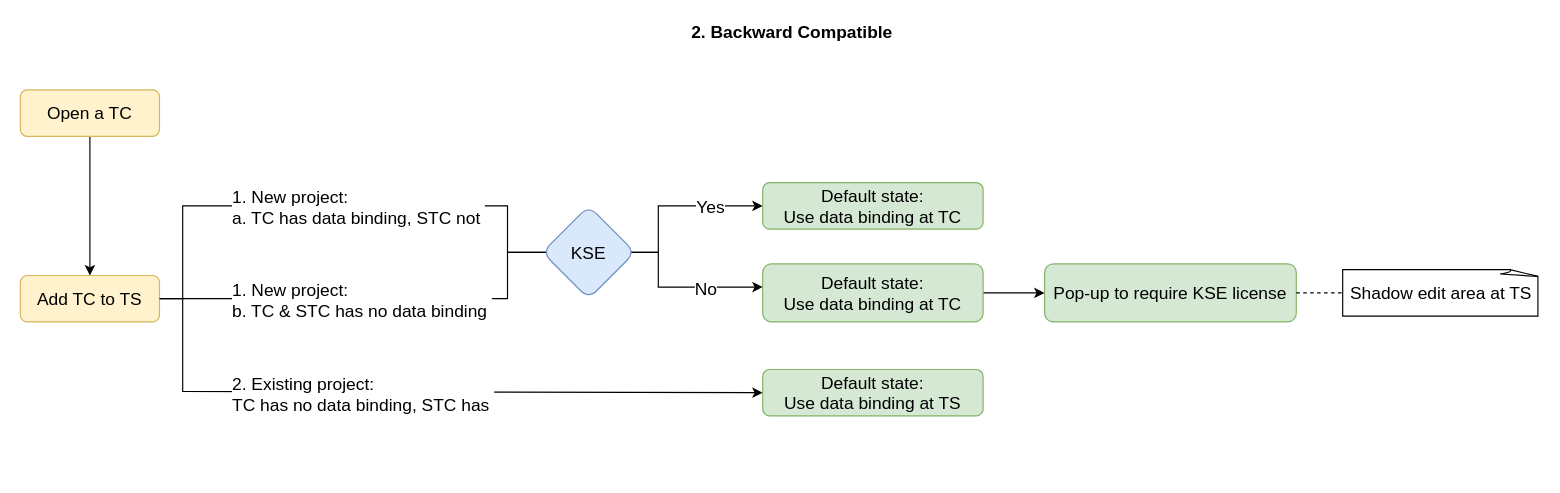
nhpthuy/chart keeps this draw.io diagram as page "backward-compatible" (2 of 2) of Untitled Diagram.drawio. Above is the earlier version. Source tidied: cells renumbered, new cells numbered last; positions are measured from the earlier drawing's top-left corner, leaving out a move shared by most shapes. Both pictures are drawn from the tidied source at 116%, with x=0, y=0 at pixel (20, 20).
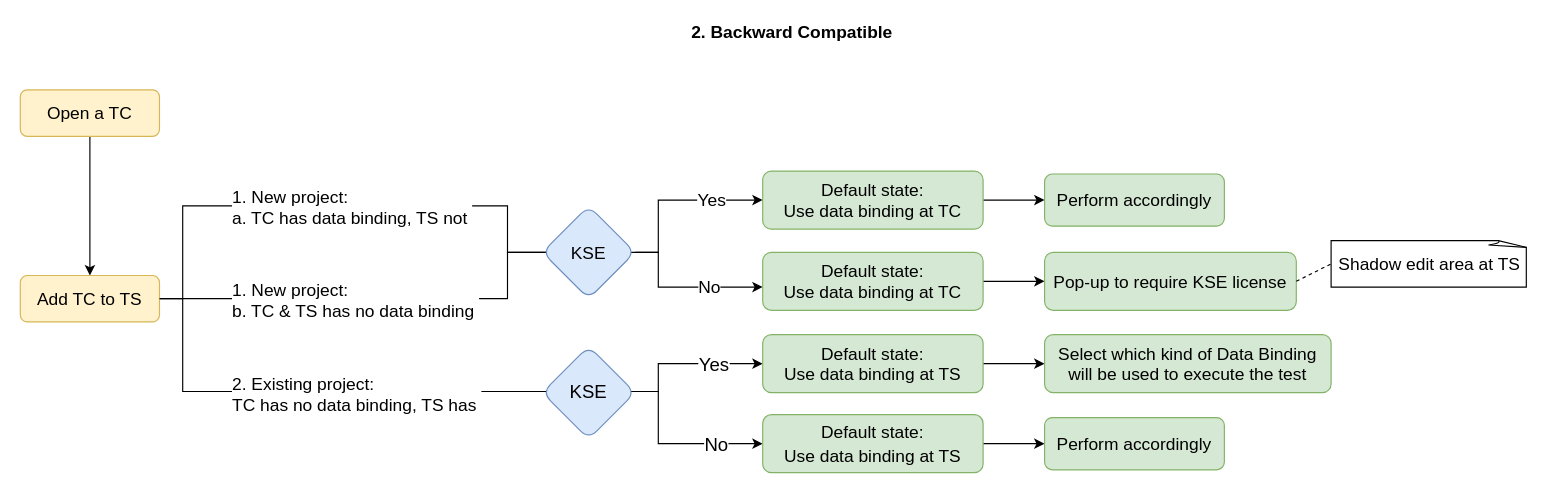
Above is the later version.

The change refers to these unchanged cells:
```xml
<mxCell id="11" style="edgeStyle=orthogonalEdgeStyle;rounded=0;orthogonalLoop=1;jettySize=auto;html=1;entryX=0;entryY=0.5;entryDx=0;entryDy=0;fontSize=15;" parent="1" edge="1">
  <mxGeometry relative="1" as="geometry">
    <mxPoint x="490" y="200" as="sourcePoint" />
    <mxPoint x="640" y="230" as="targetPoint" />
    <Array as="points">
      <mxPoint x="550" y="200" />
      <mxPoint x="550" y="230" />
    </Array>
  </mxGeometry>
</mxCell>
<mxCell id="22" value="KSE" style="rhombus;whiteSpace=wrap;html=1;fontSize=15;fillColor=#dae8fc;strokeColor=#6c8ebf;rounded=1;glass=0;strokeWidth=1;shadow=0;" parent="1" vertex="1">
  <mxGeometry x="450" y="160" width="80" height="80" as="geometry" />
</mxCell>
```

Change to the diagram source:
```diff
@@
-    <mxCell id="7" value="1. New project:&lt;br&gt;a. TC has data binding, STC not&amp;nbsp;" style="edgeLabel;html=1;align=left;verticalAlign=middle;fontSize=15;" parent="1" vertex="1">
+    <mxCell id="7" value="1. New project:&lt;br&gt;a. TC has data binding, TS not&amp;nbsp;" style="edgeLabel;html=1;align=left;verticalAlign=middle;fontSize=15;" parent="1" vertex="1">
       <mxGeometry x="181" y="160" as="geometry" />
     </mxCell>
     <mxCell id="8" style="edgeStyle=orthogonalEdgeStyle;rounded=0;jettySize=auto;html=1;fontSize=15;entryX=0;entryY=0.5;entryDx=0;entryDy=0;" parent="1" edge="1" target="9">
       <mxGeometry relative="1" as="geometry">
         <mxPoint x="140" y="240" as="sourcePoint" />
         <Array as="points">
           <mxPoint x="140" y="320" />
+          <mxPoint x="550" y="320" />
+          <mxPoint x="550" y="296" />
         </Array>
       </mxGeometry>
     </mxCell>
+    <mxCell id="24" value="Yes" style="edgeLabel;html=1;align=center;verticalAlign=middle;fontSize=16;" parent="8" vertex="1">
+      <mxGeometry x="0.8" y="-3" relative="1" as="geometry">
+        <mxPoint x="17" y="-3" as="offset" />
+      </mxGeometry>
+    </mxCell>
+    <mxCell id="25" style="edgeStyle=orthogonalEdgeStyle;rounded=0;jettySize=auto;html=1;fontSize=16;" parent="1" edge="1" source="9" target="34">
+      <mxGeometry relative="1" as="geometry" />
+    </mxCell>
     <mxCell id="9" value="Default state: &lt;br&gt;Use data binding at TS" style="rounded=1;whiteSpace=wrap;html=1;fontSize=15;glass=0;strokeWidth=1;shadow=0;fillColor=#d5e8d4;strokeColor=#82b366;" parent="1" vertex="1">
-      <mxGeometry x="640" y="301" width="190" height="40" as="geometry" />
+      <mxGeometry x="640" y="271" width="190" height="50" as="geometry" />
     </mxCell>
-    <mxCell id="10" value="2. Existing project:&lt;br&gt;TC has no data binding, STC has&amp;nbsp;" style="edgeLabel;html=1;align=left;verticalAlign=middle;fontSize=15;" parent="1" vertex="1">
+    <mxCell id="10" value="2. Existing project:&lt;br&gt;TC has no data binding, TS has&amp;nbsp;" style="edgeLabel;html=1;align=left;verticalAlign=middle;fontSize=15;" parent="1" vertex="1">
       <mxGeometry x="181" y="321" as="geometry" />
     </mxCell>
@@
     <mxCell id="12" value="No" style="edgeLabel;html=1;align=center;verticalAlign=middle;fontSize=15;" parent="11" vertex="1">
       <mxGeometry y="1" relative="1" as="geometry">
-        <mxPoint x="40" y="1" as="offset" />
+        <mxPoint x="43" as="offset" />
       </mxGeometry>
     </mxCell>
-    <mxCell id="13" style="edgeStyle=orthogonalEdgeStyle;rounded=0;orthogonalLoop=1;jettySize=auto;html=1;entryX=0;entryY=0.5;entryDx=0;entryDy=0;fontSize=15;" parent="1" edge="1">
+    <mxCell id="13" style="edgeStyle=orthogonalEdgeStyle;rounded=0;jettySize=auto;html=1;entryX=0;entryY=0.5;entryDx=0;entryDy=0;fontSize=15;" parent="1" edge="1" source="22" target="15">
       <mxGeometry relative="1" as="geometry">
-        <mxPoint x="490" y="200" as="sourcePoint" />
-        <mxPoint x="640" y="160" as="targetPoint" />
         <Array as="points">
           <mxPoint x="550" y="200" />
-          <mxPoint x="550" y="160" />
+          <mxPoint x="550" y="155" />
         </Array>
       </mxGeometry>
     </mxCell>
     <mxCell id="14" value="Yes" style="edgeLabel;html=1;align=center;verticalAlign=middle;fontSize=15;" parent="13" vertex="1">
       <mxGeometry x="0.49" relative="1" as="geometry">
-        <mxPoint x="2" as="offset" />
+        <mxPoint x="-5" y="-1" as="offset" />
       </mxGeometry>
     </mxCell>
+    <mxCell id="26" style="edgeStyle=orthogonalEdgeStyle;rounded=0;jettySize=auto;html=1;fontSize=16;" parent="1" edge="1" source="15" target="32">
+      <mxGeometry relative="1" as="geometry" />
+    </mxCell>
     <mxCell id="15" value="Default state: &lt;br&gt;Use data binding at TC" style="rounded=1;whiteSpace=wrap;html=1;fontSize=15;glass=0;strokeWidth=1;shadow=0;fillColor=#d5e8d4;strokeColor=#82b366;" parent="1" vertex="1">
-      <mxGeometry x="640" y="140" width="190" height="40" as="geometry" />
+      <mxGeometry x="640" y="130" width="190" height="50" as="geometry" />
     </mxCell>
@@
     <mxCell id="17" value="Default state: &lt;br&gt;Use data binding at TC" style="rounded=1;whiteSpace=wrap;html=1;fontSize=15;glass=0;strokeWidth=1;shadow=0;fillColor=#d5e8d4;strokeColor=#82b366;" parent="1" vertex="1">
-      <mxGeometry x="640" y="210" width="190" height="50" as="geometry" />
+      <mxGeometry x="640" y="200" width="190" height="50" as="geometry" />
     </mxCell>
     <mxCell id="18" value="Pop-up to require KSE license" style="rounded=1;whiteSpace=wrap;html=1;fontSize=15;glass=0;strokeWidth=1;shadow=0;fillColor=#d5e8d4;strokeColor=#82b366;" parent="1" vertex="1">
-      <mxGeometry x="883" y="210" width="217" height="50" as="geometry" />
+      <mxGeometry x="883" y="200" width="217" height="50" as="geometry" />
     </mxCell>
     <mxCell id="19" value="Shadow edit area at TS" style="whiteSpace=wrap;html=1;shape=mxgraph.basic.document;fontSize=15;" parent="1" vertex="1">
-      <mxGeometry x="1140" y="215" width="170" height="40" as="geometry" />
+      <mxGeometry x="1130" y="190" width="170" height="40" as="geometry" />
     </mxCell>
@@
-    <mxCell id="23" value="1. New project:&lt;br&gt;b. TC &amp;amp; STC has no data binding&amp;nbsp;" style="edgeLabel;html=1;align=left;verticalAlign=middle;fontSize=15;" parent="1" vertex="1">
+    <mxCell id="23" value="1. New project:&lt;br&gt;b. TC &amp;amp; TS has no data binding&amp;nbsp;" style="edgeLabel;html=1;align=left;verticalAlign=middle;fontSize=15;" parent="1" vertex="1">
       <mxGeometry x="181" y="240" as="geometry" />
     </mxCell>
+    <mxCell id="27" style="edgeStyle=orthogonalEdgeStyle;rounded=0;jettySize=auto;html=1;fontSize=16;entryX=0;entryY=0.5;entryDx=0;entryDy=0;" parent="1" edge="1" target="31">
+      <mxGeometry relative="1" as="geometry">
+        <mxPoint x="528" y="320" as="sourcePoint" />
+        <Array as="points">
+          <mxPoint x="550" y="320" />
+          <mxPoint x="550" y="365" />
+        </Array>
+      </mxGeometry>
+    </mxCell>
+    <mxCell id="28" value="No" style="edgeLabel;html=1;align=center;verticalAlign=middle;fontSize=16;" parent="27" vertex="1">
+      <mxGeometry x="0.37" y="2" relative="1" as="geometry">
+        <mxPoint x="8" y="2" as="offset" />
+      </mxGeometry>
+    </mxCell>
+    <mxCell id="29" value="&lt;font style=&quot;font-size: 16px&quot;&gt;KSE&lt;/font&gt;" style="rhombus;whiteSpace=wrap;html=1;fontSize=17;rounded=1;fillColor=#dae8fc;strokeColor=#6c8ebf;" parent="1" vertex="1">
+      <mxGeometry x="450" y="281" width="80" height="80" as="geometry" />
+    </mxCell>
+    <mxCell id="30" style="edgeStyle=orthogonalEdgeStyle;rounded=0;jettySize=auto;html=1;entryX=0;entryY=0.5;entryDx=0;entryDy=0;fontSize=16;" parent="1" edge="1" source="31" target="33">
+      <mxGeometry relative="1" as="geometry" />
+    </mxCell>
+    <mxCell id="31" value="&lt;span style=&quot;font-size: 15px&quot;&gt;Default state:&lt;/span&gt;&lt;br style=&quot;font-size: 15px&quot;&gt;&lt;span style=&quot;font-size: 15px&quot;&gt;Use data binding at TS&lt;/span&gt;" style="rounded=1;whiteSpace=wrap;html=1;fontSize=16;fillColor=#d5e8d4;strokeColor=#82b366;" parent="1" vertex="1">
+      <mxGeometry x="640" y="340" width="190" height="50" as="geometry" />
+    </mxCell>
+    <mxCell id="32" value="Perform accordingly" style="whiteSpace=wrap;html=1;fontSize=15;fillColor=#d5e8d4;strokeColor=#82b366;rounded=1;glass=0;strokeWidth=1;shadow=0;" parent="1" vertex="1">
+      <mxGeometry x="883" y="132.5" width="155" height="45" as="geometry" />
+    </mxCell>
+    <mxCell id="33" value="Perform accordingly" style="whiteSpace=wrap;html=1;fontSize=15;fillColor=#d5e8d4;strokeColor=#82b366;rounded=1;glass=0;strokeWidth=1;shadow=0;" parent="1" vertex="1">
+      <mxGeometry x="883" y="342.5" width="155" height="45" as="geometry" />
+    </mxCell>
+    <mxCell id="34" value="Select which kind of Data Binding will be used to execute the test" style="rounded=1;whiteSpace=wrap;html=1;fontSize=15;glass=0;strokeWidth=1;shadow=0;fillColor=#d5e8d4;strokeColor=#82b366;" parent="1" vertex="1">
+      <mxGeometry x="883" y="271" width="247" height="50" as="geometry" />
+    </mxCell>
```
